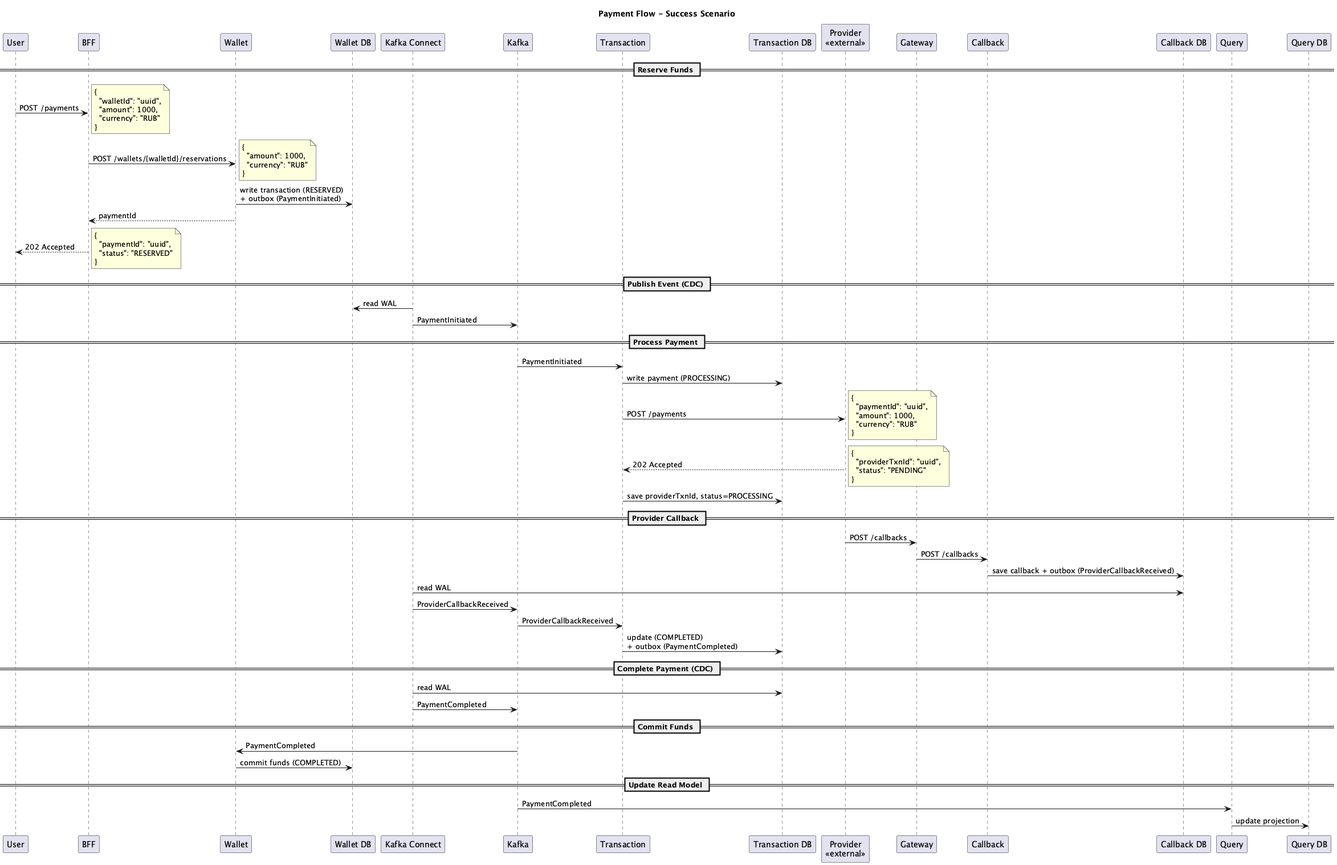
krsvyat/system-design keeps this PlantUML diagram as week2/diagrams/seq-success.png. Above is the earlier version. The source it was exported from:
```plantuml
@startuml seq-success
title Payment Flow - Success Scenario

participant User
participant BFF
participant Wallet
participant "Wallet DB" as WalletDB
participant "Kafka Connect" as KC
participant Kafka
participant Transaction
participant "Transaction DB" as TxDB
participant "Provider\n<<external>>" as Provider
participant Gateway
participant Callback
participant "Callback DB" as CallbackDB
participant Query
participant "Query DB" as QueryDB

== Reserve Funds ==

User -> BFF: POST /payments
note right
  {
    "walletId": "uuid",
    "amount": 1000,
    "currency": "RUB"
  }
end note

BFF -> Wallet: POST /wallets/{walletId}/reservations
note right
  {
    "amount": 1000,
    "currency": "RUB"
  }
end note
Wallet -> WalletDB: write transaction (RESERVED)\n+ outbox (PaymentInitiated)
Wallet --> BFF: paymentId

BFF --> User: 202 Accepted
note right
  {
    "paymentId": "uuid",
    "status": "RESERVED"
  }
end note

== Publish Event (CDC) ==

KC -> WalletDB: read WAL
KC -> Kafka: PaymentInitiated

== Process Payment ==

Kafka -> Transaction: PaymentInitiated
Transaction -> TxDB: write payment (PROCESSING)
Transaction -> Provider: POST /payments
note right
  {
    "paymentId": "uuid",
    "amount": 1000,
    "currency": "RUB"
  }
end note
Provider --> Transaction: 202 Accepted
note right
  {
    "providerTxnId": "uuid",
    "status": "PENDING"
  }
end note
Transaction -> TxDB: save providerTxnId, status=PROCESSING

== Provider Callback ==

Provider -> Gateway: POST /callbacks
Gateway -> Callback: POST /callbacks
Callback -> CallbackDB: save callback + outbox (ProviderCallbackReceived)
KC -> CallbackDB: read WAL
KC -> Kafka: ProviderCallbackReceived
Kafka -> Transaction: ProviderCallbackReceived
Transaction -> TxDB: update (COMPLETED)\n+ outbox (PaymentCompleted)

== Complete Payment (CDC) ==

KC -> TxDB: read WAL
KC -> Kafka: PaymentCompleted

== Commit Funds ==

Kafka -> Wallet: PaymentCompleted
Wallet -> WalletDB: commit funds (COMPLETED)

== Update Read Model ==

Kafka -> Query: PaymentCompleted
Query -> QueryDB: update projection

@enduml
```
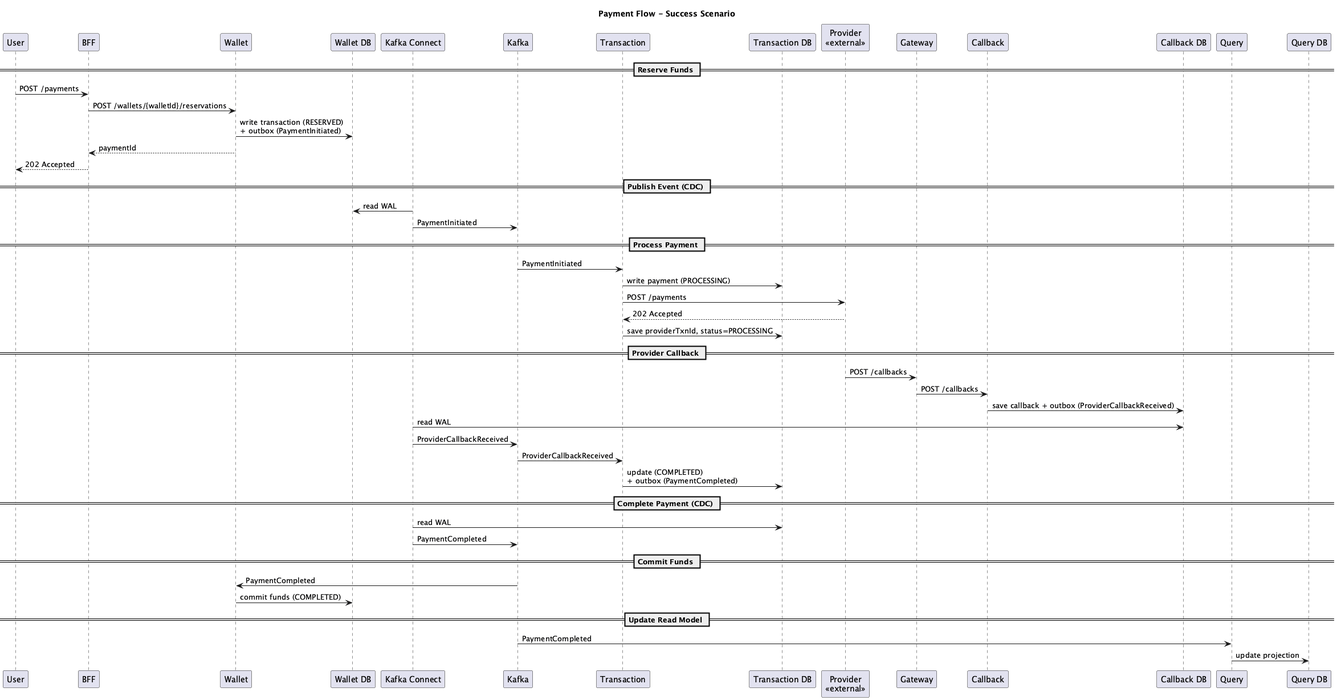
After the change.

Diff of the diagram source:
```diff
@@ -19,31 +19,10 @@
 == Reserve Funds ==
 
 User -> BFF: POST /payments
-note right
-  {
-    "walletId": "uuid",
-    "amount": 1000,
-    "currency": "RUB"
-  }
-end note
-
 BFF -> Wallet: POST /wallets/{walletId}/reservations
-note right
-  {
-    "amount": 1000,
-    "currency": "RUB"
-  }
-end note
 Wallet -> WalletDB: write transaction (RESERVED)\n+ outbox (PaymentInitiated)
 Wallet --> BFF: paymentId
-
 BFF --> User: 202 Accepted
-note right
-  {
-    "paymentId": "uuid",
-    "status": "RESERVED"
-  }
-end note
 
 == Publish Event (CDC) ==
 
@@ -55,20 +34,7 @@
 Kafka -> Transaction: PaymentInitiated
 Transaction -> TxDB: write payment (PROCESSING)
 Transaction -> Provider: POST /payments
-note right
-  {
-    "paymentId": "uuid",
-    "amount": 1000,
-    "currency": "RUB"
-  }
-end note
 Provider --> Transaction: 202 Accepted
-note right
-  {
-    "providerTxnId": "uuid",
-    "status": "PENDING"
-  }
-end note
 Transaction -> TxDB: save providerTxnId, status=PROCESSING
 
 == Provider Callback ==
```
